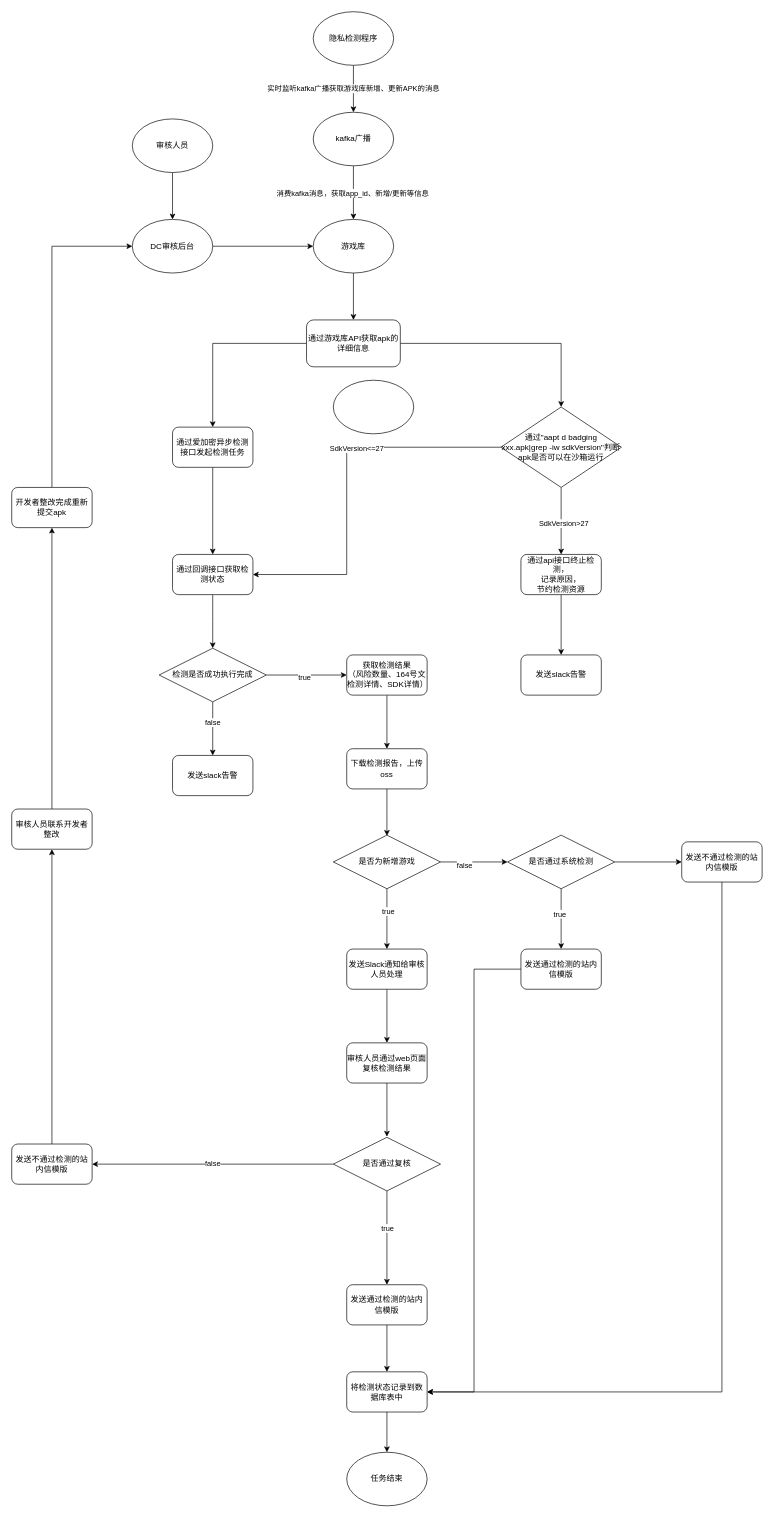
Before: 未命名绘图.drawio in tongchewy/ER-Draw, a draw.io diagram. Source tidied: cells renumbered, new cells numbered last; positions are measured from the earlier drawing's top-left corner, leaving out a move shared by most shapes. Both pictures are drawn from the tidied source at 67%, with x=0, y=0 at pixel (11, 11).
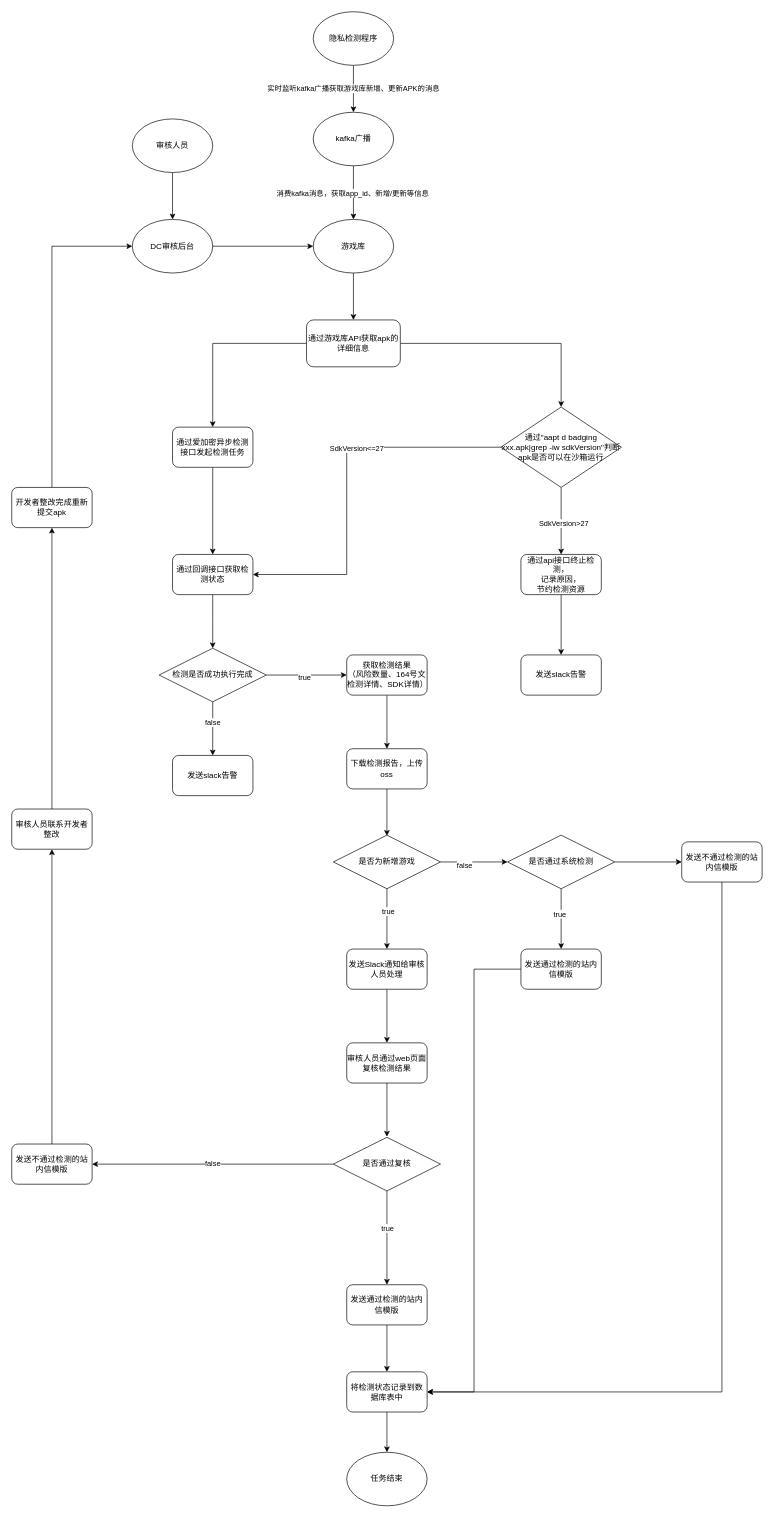
The same diagram, later.

Commit message:
更新未命名绘图.drawio

The edit, as a diff of the source:
```diff
@@
-    <mxCell id="53" style="ellipse;whiteSpace=wrap;html=1;" parent="1" vertex="1">
-      <mxGeometry x="480" y="550" width="120" height="80" as="geometry" />
-    </mxCell>
```
